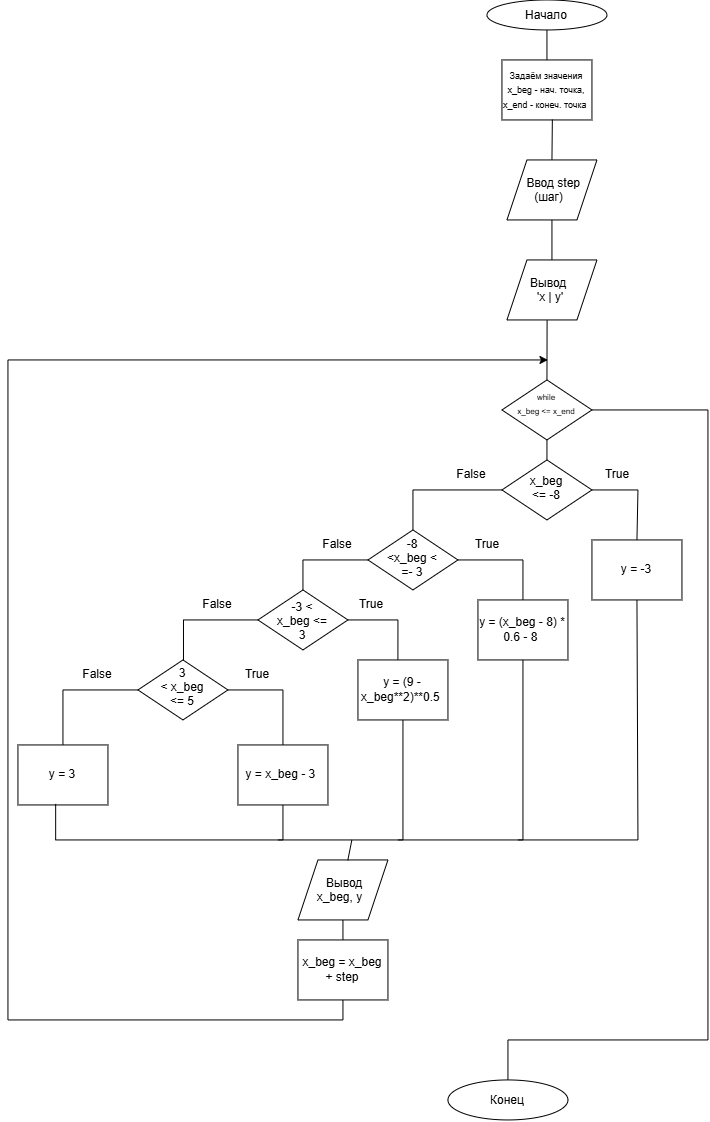
The draw.io diagram task1/task1(variant2).png in musinadilara/Python_cycles, before a commit. Source tidied: cells renumbered, new cells last; positions are measured from the earlier drawing's top-left corner, leaving out a move shared by most shapes. Source of this version:
```xml
<mxGraphModel>
  <root>
    <mxCell id="0" />
    <mxCell id="1" parent="0" />
    <mxCell id="2" value="Начало" style="ellipse;whiteSpace=wrap;html=1;shapeInside=1;rotation=0;" parent="1" vertex="1">
      <mxGeometry x="479" width="120" height="30" as="geometry" />
    </mxCell>
    <mxCell id="3" value="&lt;font style=&quot;font-size: 9px;&quot;&gt;Задаём значения&lt;/font&gt;&lt;div&gt;&lt;font style=&quot;font-size: 9px;&quot;&gt;x_beg - нач. точка, x_end - конеч. точка&amp;nbsp;&lt;/font&gt;&lt;/div&gt;" style="rounded=0;whiteSpace=wrap;html=1;rotation=0;" parent="1" vertex="1">
      <mxGeometry x="494" y="60" width="90" height="60" as="geometry" />
    </mxCell>
    <mxCell id="4" style="endArrow=none;html=1;rounded=0;fontFamily=Helvetica;fontSize=12;fontColor=default;fontStyle=0;entryX=0.5;entryY=1;entryDx=0;entryDy=0;exitX=0.5;exitY=0;exitDx=0;exitDy=0;" parent="1" edge="1" source="3" target="2">
      <mxGeometry relative="1" as="geometry" />
    </mxCell>
    <mxCell id="5" style="endArrow=none;html=1;rounded=0;fontFamily=Helvetica;fontSize=12;fontColor=default;fontStyle=0;entryX=0.446;entryY=1.004;entryDx=0;entryDy=0;exitX=0.5;exitY=0;exitDx=0;exitDy=0;entryPerimeter=0;" parent="1" edge="1" source="6" target="33">
      <mxGeometry relative="1" as="geometry" />
    </mxCell>
    <mxCell id="6" value="&lt;font style=&quot;font-size: 8px;&quot;&gt;while x_beg &amp;lt;=&amp;nbsp;&lt;span style=&quot;background-color: transparent; color: light-dark(rgb(0, 0, 0), rgb(255, 255, 255));&quot;&gt;x_end&lt;/span&gt;&lt;/font&gt;" style="rhombus;whiteSpace=wrap;html=1;shapeInside=1;rotation=0;" parent="1" vertex="1">
      <mxGeometry x="494" y="380" width="90" height="60" as="geometry" />
    </mxCell>
    <mxCell id="7" style="endArrow=none;html=1;rounded=0;fontFamily=Helvetica;fontSize=12;fontColor=default;fontStyle=0;entryX=0.5;entryY=1;entryDx=0;entryDy=0;exitX=0.5;exitY=0;exitDx=0;exitDy=0;" parent="1" edge="1" source="8" target="6">
      <mxGeometry relative="1" as="geometry" />
    </mxCell>
    <mxCell id="8" value="x_beg &amp;lt;= -8&lt;div&gt;&lt;br&gt;&lt;/div&gt;" style="rhombus;whiteSpace=wrap;html=1;shapeInside=1;rotation=0;" parent="1" vertex="1">
      <mxGeometry x="494" y="460" width="90" height="60" as="geometry" />
    </mxCell>
    <mxCell id="9" style="endArrow=none;html=1;rounded=0;fontFamily=Helvetica;fontSize=12;fontColor=default;fontStyle=0;exitX=0.5;exitY=0;exitDx=0;exitDy=0;entryX=1;entryY=0.5;entryDx=0;entryDy=0;" parent="1" edge="1" source="10" target="8">
      <mxGeometry relative="1" as="geometry">
        <Array as="points">
          <mxPoint x="630" y="490" />
        </Array>
      </mxGeometry>
    </mxCell>
    <mxCell id="10" value="y = -3" style="rounded=0;whiteSpace=wrap;html=1;rotation=0;" parent="1" vertex="1">
      <mxGeometry x="584" y="540" width="90" height="60" as="geometry" />
    </mxCell>
    <mxCell id="11" style="endArrow=none;html=1;rounded=0;fontFamily=Helvetica;fontSize=12;fontColor=default;fontStyle=0;entryX=0;entryY=0.5;entryDx=0;entryDy=0;exitX=0.5;exitY=0;exitDx=0;exitDy=0;" parent="1" edge="1" source="12" target="8">
      <mxGeometry relative="1" as="geometry">
        <Array as="points">
          <mxPoint x="405" y="490" />
        </Array>
      </mxGeometry>
    </mxCell>
    <mxCell id="12" value="-8 &amp;lt;x_beg &amp;lt; =- 3&lt;br&gt;&lt;div&gt;&lt;br&gt;&lt;/div&gt;" style="rhombus;whiteSpace=wrap;html=1;shapeInside=1;rotation=0;" parent="1" vertex="1">
      <mxGeometry x="360" y="530" width="90" height="60" as="geometry" />
    </mxCell>
    <mxCell id="13" style="endArrow=none;html=1;rounded=0;fontFamily=Helvetica;fontSize=12;fontColor=default;fontStyle=0;entryX=1;entryY=0.5;entryDx=0;entryDy=0;exitX=0.5;exitY=0;exitDx=0;exitDy=0;" parent="1" edge="1" source="14" target="12">
      <mxGeometry relative="1" as="geometry">
        <Array as="points">
          <mxPoint x="515" y="560" />
        </Array>
      </mxGeometry>
    </mxCell>
    <mxCell id="14" value="y = (x_beg - 8) * 0.6 - 8&amp;nbsp;" style="rounded=0;whiteSpace=wrap;html=1;rotation=0;" parent="1" vertex="1">
      <mxGeometry x="470" y="600" width="90" height="60" as="geometry" />
    </mxCell>
    <mxCell id="15" style="endArrow=none;html=1;rounded=0;fontFamily=Helvetica;fontSize=12;fontColor=default;fontStyle=0;exitX=0;exitY=0.5;exitDx=0;exitDy=0;entryX=0.5;entryY=0;entryDx=0;entryDy=0;" parent="1" edge="1" source="12" target="16">
      <mxGeometry relative="1" as="geometry">
        <Array as="points">
          <mxPoint x="295" y="560" />
        </Array>
      </mxGeometry>
    </mxCell>
    <mxCell id="16" value="&lt;div&gt;-3 &amp;lt; x_beg &amp;lt;= 3&lt;/div&gt;" style="rhombus;whiteSpace=wrap;html=1;shapeInside=1;rotation=0;" parent="1" vertex="1">
      <mxGeometry x="250" y="590" width="90" height="60" as="geometry" />
    </mxCell>
    <mxCell id="17" style="endArrow=none;html=1;rounded=0;fontFamily=Helvetica;fontSize=12;fontColor=default;fontStyle=0;entryX=1;entryY=0.5;entryDx=0;entryDy=0;exitX=0.444;exitY=0;exitDx=0;exitDy=0;exitPerimeter=0;" parent="1" edge="1" source="18" target="16">
      <mxGeometry relative="1" as="geometry">
        <Array as="points">
          <mxPoint x="390" y="620" />
        </Array>
      </mxGeometry>
    </mxCell>
    <mxCell id="18" value="y = (9 - x_beg**2)**0.5&amp;nbsp;" style="rounded=0;whiteSpace=wrap;html=1;rotation=0;" parent="1" vertex="1">
      <mxGeometry x="350" y="660" width="90" height="60" as="geometry" />
    </mxCell>
    <mxCell id="19" style="endArrow=none;html=1;rounded=0;fontFamily=Helvetica;fontSize=12;fontColor=default;fontStyle=0;entryX=0;entryY=0.5;entryDx=0;entryDy=0;exitX=0.506;exitY=0.043;exitDx=0;exitDy=0;exitPerimeter=0;" parent="1" edge="1" source="20" target="16">
      <mxGeometry relative="1" as="geometry">
        <Array as="points">
          <mxPoint x="175.5" y="620" />
        </Array>
      </mxGeometry>
    </mxCell>
    <mxCell id="20" value="&lt;div&gt;3 &amp;lt; x_beg &amp;lt;= 5&lt;/div&gt;" style="rhombus;whiteSpace=wrap;html=1;shapeInside=1;rotation=0;" parent="1" vertex="1">
      <mxGeometry x="130" y="660" width="90" height="60" as="geometry" />
    </mxCell>
    <mxCell id="21" style="endArrow=none;html=1;rounded=0;fontFamily=Helvetica;fontSize=12;fontColor=default;fontStyle=0;entryX=1;entryY=0.5;entryDx=0;entryDy=0;exitX=0.5;exitY=0;exitDx=0;exitDy=0;" parent="1" edge="1" source="22" target="20">
      <mxGeometry relative="1" as="geometry">
        <Array as="points">
          <mxPoint x="275" y="690" />
        </Array>
      </mxGeometry>
    </mxCell>
    <mxCell id="22" value="y = x_beg - 3&amp;nbsp;" style="rounded=0;whiteSpace=wrap;html=1;rotation=0;" parent="1" vertex="1">
      <mxGeometry x="230" y="745" width="90" height="60" as="geometry" />
    </mxCell>
    <mxCell id="23" style="endArrow=none;html=1;rounded=0;fontFamily=Helvetica;fontSize=12;fontColor=default;fontStyle=0;entryX=0;entryY=0.5;entryDx=0;entryDy=0;exitX=0.5;exitY=0;exitDx=0;exitDy=0;" parent="1" edge="1" source="24" target="20">
      <mxGeometry relative="1" as="geometry">
        <Array as="points">
          <mxPoint x="55" y="690" />
        </Array>
      </mxGeometry>
    </mxCell>
    <mxCell id="24" value="y = 3" style="rounded=0;whiteSpace=wrap;html=1;rotation=0;" parent="1" vertex="1">
      <mxGeometry x="10" y="745" width="90" height="60" as="geometry" />
    </mxCell>
    <mxCell id="25" style="endArrow=none;html=1;rounded=0;fontFamily=Helvetica;fontSize=12;fontColor=default;fontStyle=0;entryX=0.5;entryY=1;entryDx=0;entryDy=0;exitX=0.419;exitY=0.983;exitDx=0;exitDy=0;exitPerimeter=0;" parent="1" edge="1" source="24" target="22">
      <mxGeometry relative="1" as="geometry">
        <Array as="points">
          <mxPoint x="47.7" y="840" />
          <mxPoint x="275" y="840" />
        </Array>
      </mxGeometry>
    </mxCell>
    <mxCell id="26" style="endArrow=none;html=1;rounded=0;fontFamily=Helvetica;fontSize=12;fontColor=default;fontStyle=0;entryX=0.5;entryY=1;entryDx=0;entryDy=0;" parent="1" edge="1" target="18">
      <mxGeometry relative="1" as="geometry">
        <mxPoint x="270" y="840" as="sourcePoint" />
        <Array as="points">
          <mxPoint x="395" y="840" />
        </Array>
      </mxGeometry>
    </mxCell>
    <mxCell id="27" style="endArrow=none;html=1;rounded=0;fontFamily=Helvetica;fontSize=12;fontColor=default;fontStyle=0;entryX=0.5;entryY=1;entryDx=0;entryDy=0;" parent="1" edge="1" target="14">
      <mxGeometry relative="1" as="geometry">
        <mxPoint x="390" y="840" as="sourcePoint" />
        <Array as="points">
          <mxPoint x="515" y="840" />
        </Array>
      </mxGeometry>
    </mxCell>
    <mxCell id="28" style="endArrow=none;html=1;rounded=0;fontFamily=Helvetica;fontSize=12;fontColor=default;fontStyle=0;entryX=0.5;entryY=1;entryDx=0;entryDy=0;" parent="1" edge="1" target="10">
      <mxGeometry relative="1" as="geometry">
        <mxPoint x="510" y="840" as="sourcePoint" />
        <Array as="points">
          <mxPoint x="630" y="840" />
        </Array>
      </mxGeometry>
    </mxCell>
    <mxCell id="29" style="endArrow=classic;html=1;rounded=0;fontFamily=Helvetica;fontSize=12;fontColor=default;fontStyle=0;exitX=0.5;exitY=1;exitDx=0;exitDy=0;" parent="1" edge="1" source="37">
      <mxGeometry relative="1" as="geometry">
        <mxPoint x="540" y="360" as="targetPoint" />
        <Array as="points">
          <mxPoint x="335" y="1020" />
          <mxPoint y="1020" />
          <mxPoint y="840" />
          <mxPoint y="360" />
        </Array>
      </mxGeometry>
    </mxCell>
    <mxCell id="30" style="endArrow=none;html=1;rounded=0;fontFamily=Helvetica;fontSize=12;fontColor=default;fontStyle=0;entryX=1;entryY=0.5;entryDx=0;entryDy=0;exitX=0.5;exitY=0;exitDx=0;exitDy=0;" parent="1" edge="1" source="31" target="6">
      <mxGeometry relative="1" as="geometry">
        <Array as="points">
          <mxPoint x="500" y="1040" />
          <mxPoint x="700" y="1040" />
          <mxPoint x="700" y="410" />
        </Array>
      </mxGeometry>
    </mxCell>
    <mxCell id="31" value="Конец" style="ellipse;whiteSpace=wrap;html=1;shapeInside=1;rotation=0;" parent="1" vertex="1">
      <mxGeometry x="440" y="1080" width="120" height="40" as="geometry" />
    </mxCell>
    <mxCell id="32" value="Вывод x_beg, y" style="shape=parallelogram;perimeter=parallelogramPerimeter;whiteSpace=wrap;html=1;shapeInside=1;fixedSize=1;rotation=0;" parent="1" vertex="1">
      <mxGeometry x="290" y="860" width="90" height="60" as="geometry" />
    </mxCell>
    <mxCell id="33" value="Вывод&amp;nbsp; &amp;nbsp; &amp;nbsp;&lt;span style=&quot;background-color: transparent; color: light-dark(rgb(0, 0, 0), rgb(255, 255, 255));&quot;&gt;'x | y'&lt;/span&gt;" style="shape=parallelogram;perimeter=parallelogramPerimeter;whiteSpace=wrap;html=1;shapeInside=1;fixedSize=1;rotation=0;" parent="1" vertex="1">
      <mxGeometry x="499" y="260" width="90" height="60" as="geometry" />
    </mxCell>
    <mxCell id="34" style="endArrow=none;html=1;rounded=0;fontFamily=Helvetica;fontSize=12;fontColor=default;fontStyle=0;exitX=0.5;exitY=0;exitDx=0;exitDy=0;entryX=0.56;entryY=0.993;entryDx=0;entryDy=0;entryPerimeter=0;" parent="1" edge="1" source="38" target="3">
      <mxGeometry relative="1" as="geometry" />
    </mxCell>
    <mxCell id="35" style="endArrow=none;html=1;rounded=0;fontFamily=Helvetica;fontSize=12;fontColor=default;fontStyle=0;entryX=0.554;entryY=0.006;entryDx=0;entryDy=0;entryPerimeter=0;" parent="1" edge="1" target="32">
      <mxGeometry relative="1" as="geometry">
        <mxPoint x="343.9" y="840" as="sourcePoint" />
      </mxGeometry>
    </mxCell>
    <mxCell id="36" style="endArrow=none;html=1;rounded=0;fontFamily=Helvetica;fontSize=12;fontColor=default;fontStyle=0;entryX=0.5;entryY=1;entryDx=0;entryDy=0;exitX=0.5;exitY=0;exitDx=0;exitDy=0;" parent="1" edge="1" source="37" target="32">
      <mxGeometry relative="1" as="geometry" />
    </mxCell>
    <mxCell id="37" value="x_beg = x_beg + step" style="rounded=0;whiteSpace=wrap;html=1;rotation=0;" parent="1" vertex="1">
      <mxGeometry x="290" y="940" width="90" height="60" as="geometry" />
    </mxCell>
    <mxCell id="38" value="Ввод step (шаг)" style="shape=parallelogram;perimeter=parallelogramPerimeter;whiteSpace=wrap;html=1;shapeInside=1;fixedSize=1;rotation=0;" parent="1" vertex="1">
      <mxGeometry x="499" y="160" width="90" height="60" as="geometry" />
    </mxCell>
    <mxCell id="39" style="endArrow=none;html=1;rounded=0;fontFamily=Helvetica;fontSize=12;fontColor=default;fontStyle=0;entryX=0.5;entryY=0;entryDx=0;entryDy=0;exitX=0.5;exitY=1;exitDx=0;exitDy=0;" parent="1" edge="1" source="38" target="33">
      <mxGeometry relative="1" as="geometry" />
    </mxCell>
    <mxCell id="40" value="True" style="text;html=1;whiteSpace=wrap;strokeColor=none;fillColor=none;align=center;verticalAlign=middle;rounded=0;" parent="1" vertex="1">
      <mxGeometry x="580" y="460" width="60" height="30" as="geometry" />
    </mxCell>
    <mxCell id="41" value="True" style="text;html=1;whiteSpace=wrap;strokeColor=none;fillColor=none;align=center;verticalAlign=middle;rounded=0;" parent="1" vertex="1">
      <mxGeometry x="450" y="530" width="60" height="30" as="geometry" />
    </mxCell>
    <mxCell id="42" value="True" style="text;html=1;whiteSpace=wrap;strokeColor=none;fillColor=none;align=center;verticalAlign=middle;rounded=0;" parent="1" vertex="1">
      <mxGeometry x="334" y="590" width="60" height="30" as="geometry" />
    </mxCell>
    <mxCell id="43" value="True" style="text;html=1;whiteSpace=wrap;strokeColor=none;fillColor=none;align=center;verticalAlign=middle;rounded=0;" parent="1" vertex="1">
      <mxGeometry x="220" y="660" width="60" height="30" as="geometry" />
    </mxCell>
    <mxCell id="44" value="False" style="text;html=1;whiteSpace=wrap;strokeColor=none;fillColor=none;align=center;verticalAlign=middle;rounded=0;" parent="1" vertex="1">
      <mxGeometry x="434" y="460" width="60" height="30" as="geometry" />
    </mxCell>
    <mxCell id="45" value="False" style="text;html=1;whiteSpace=wrap;strokeColor=none;fillColor=none;align=center;verticalAlign=middle;rounded=0;" parent="1" vertex="1">
      <mxGeometry x="300" y="530" width="60" height="30" as="geometry" />
    </mxCell>
    <mxCell id="46" value="False" style="text;html=1;whiteSpace=wrap;strokeColor=none;fillColor=none;align=center;verticalAlign=middle;rounded=0;" parent="1" vertex="1">
      <mxGeometry x="180" y="590" width="60" height="30" as="geometry" />
    </mxCell>
    <mxCell id="47" value="False" style="text;html=1;whiteSpace=wrap;strokeColor=none;fillColor=none;align=center;verticalAlign=middle;rounded=0;" parent="1" vertex="1">
      <mxGeometry x="60" y="660" width="60" height="30" as="geometry" />
    </mxCell>
  </root>
</mxGraphModel>
```
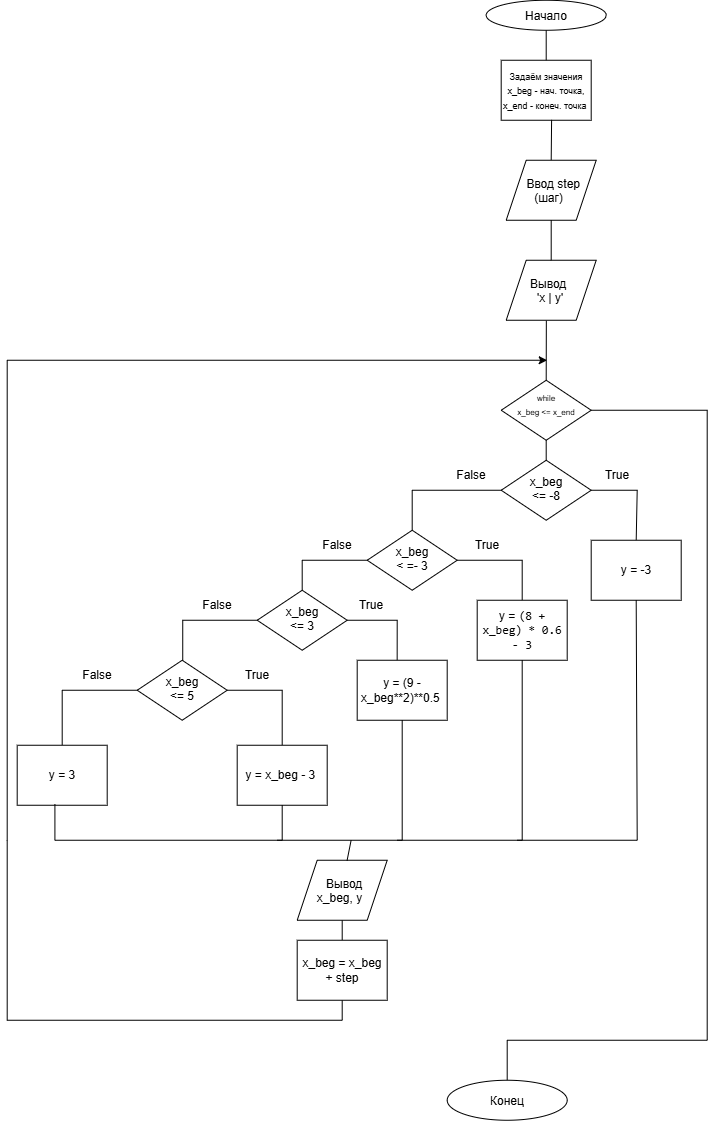
After the change.

Change to the diagram source:
```diff
@@ -40,7 +40,7 @@
         </Array>
       </mxGeometry>
     </mxCell>
-    <mxCell id="12" value="-8 &amp;lt;x_beg &amp;lt; =- 3&lt;br&gt;&lt;div&gt;&lt;br&gt;&lt;/div&gt;" style="rhombus;whiteSpace=wrap;html=1;shapeInside=1;rotation=0;" parent="1" vertex="1">
+    <mxCell id="12" value="x_beg &amp;lt; =- 3&lt;br&gt;&lt;div&gt;&lt;br&gt;&lt;/div&gt;" style="rhombus;whiteSpace=wrap;html=1;shapeInside=1;rotation=0;" parent="1" vertex="1">
       <mxGeometry x="360" y="530" width="90" height="60" as="geometry" />
     </mxCell>
     <mxCell id="13" style="endArrow=none;html=1;rounded=0;fontFamily=Helvetica;fontSize=12;fontColor=default;fontStyle=0;entryX=1;entryY=0.5;entryDx=0;entryDy=0;exitX=0.5;exitY=0;exitDx=0;exitDy=0;" parent="1" edge="1" source="14" target="12">
@@ -50,7 +50,7 @@
         </Array>
       </mxGeometry>
     </mxCell>
-    <mxCell id="14" value="y = (x_beg - 8) * 0.6 - 8&amp;nbsp;" style="rounded=0;whiteSpace=wrap;html=1;rotation=0;" parent="1" vertex="1">
+    <mxCell id="14" value="&lt;span style=&quot;color: rgb(0, 0, 0);&quot;&gt;y =&amp;nbsp;&lt;span style=&quot;font-family: &amp;quot;JetBrains Mono&amp;quot;, monospace;&quot;&gt;(&lt;/span&gt;&lt;span style=&quot;font-family: &amp;quot;JetBrains Mono&amp;quot;, monospace;&quot;&gt;8 &lt;/span&gt;&lt;span style=&quot;font-family: &amp;quot;JetBrains Mono&amp;quot;, monospace;&quot;&gt;+ x_beg) * &lt;/span&gt;&lt;span style=&quot;font-family: &amp;quot;JetBrains Mono&amp;quot;, monospace;&quot;&gt;0.6 - 3&lt;/span&gt;&lt;/span&gt;" style="rounded=0;whiteSpace=wrap;html=1;rotation=0;" parent="1" vertex="1">
       <mxGeometry x="470" y="600" width="90" height="60" as="geometry" />
     </mxCell>
     <mxCell id="15" style="endArrow=none;html=1;rounded=0;fontFamily=Helvetica;fontSize=12;fontColor=default;fontStyle=0;exitX=0;exitY=0.5;exitDx=0;exitDy=0;entryX=0.5;entryY=0;entryDx=0;entryDy=0;" parent="1" edge="1" source="12" target="16">
@@ -60,7 +60,7 @@
         </Array>
       </mxGeometry>
     </mxCell>
-    <mxCell id="16" value="&lt;div&gt;-3 &amp;lt; x_beg &amp;lt;= 3&lt;/div&gt;" style="rhombus;whiteSpace=wrap;html=1;shapeInside=1;rotation=0;" parent="1" vertex="1">
+    <mxCell id="16" value="&lt;div&gt;x_beg &amp;lt;= 3&lt;/div&gt;" style="rhombus;whiteSpace=wrap;html=1;shapeInside=1;rotation=0;" parent="1" vertex="1">
       <mxGeometry x="250" y="590" width="90" height="60" as="geometry" />
     </mxCell>
     <mxCell id="17" style="endArrow=none;html=1;rounded=0;fontFamily=Helvetica;fontSize=12;fontColor=default;fontStyle=0;entryX=1;entryY=0.5;entryDx=0;entryDy=0;exitX=0.444;exitY=0;exitDx=0;exitDy=0;exitPerimeter=0;" parent="1" edge="1" source="18" target="16">
@@ -80,7 +80,7 @@
         </Array>
       </mxGeometry>
     </mxCell>
-    <mxCell id="20" value="&lt;div&gt;3 &amp;lt; x_beg &amp;lt;= 5&lt;/div&gt;" style="rhombus;whiteSpace=wrap;html=1;shapeInside=1;rotation=0;" parent="1" vertex="1">
+    <mxCell id="20" value="&lt;div&gt;x_beg &amp;lt;= 5&lt;/div&gt;" style="rhombus;whiteSpace=wrap;html=1;shapeInside=1;rotation=0;" parent="1" vertex="1">
       <mxGeometry x="130" y="660" width="90" height="60" as="geometry" />
     </mxCell>
     <mxCell id="21" style="endArrow=none;html=1;rounded=0;fontFamily=Helvetica;fontSize=12;fontColor=default;fontStyle=0;entryX=1;entryY=0.5;entryDx=0;entryDy=0;exitX=0.5;exitY=0;exitDx=0;exitDy=0;" parent="1" edge="1" source="22" target="20">
```
